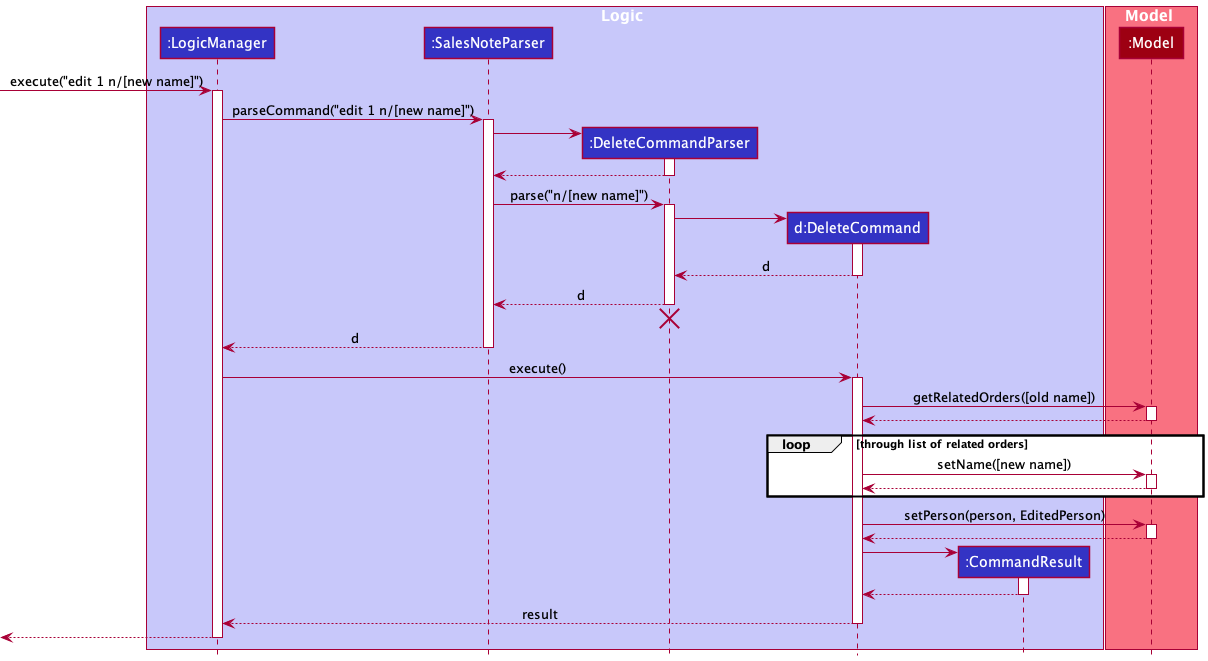
The PlantUML diagram docs/images/EditSequenceDiagram.png in nus-cs2103-AY2122S1/tp, before a commit.
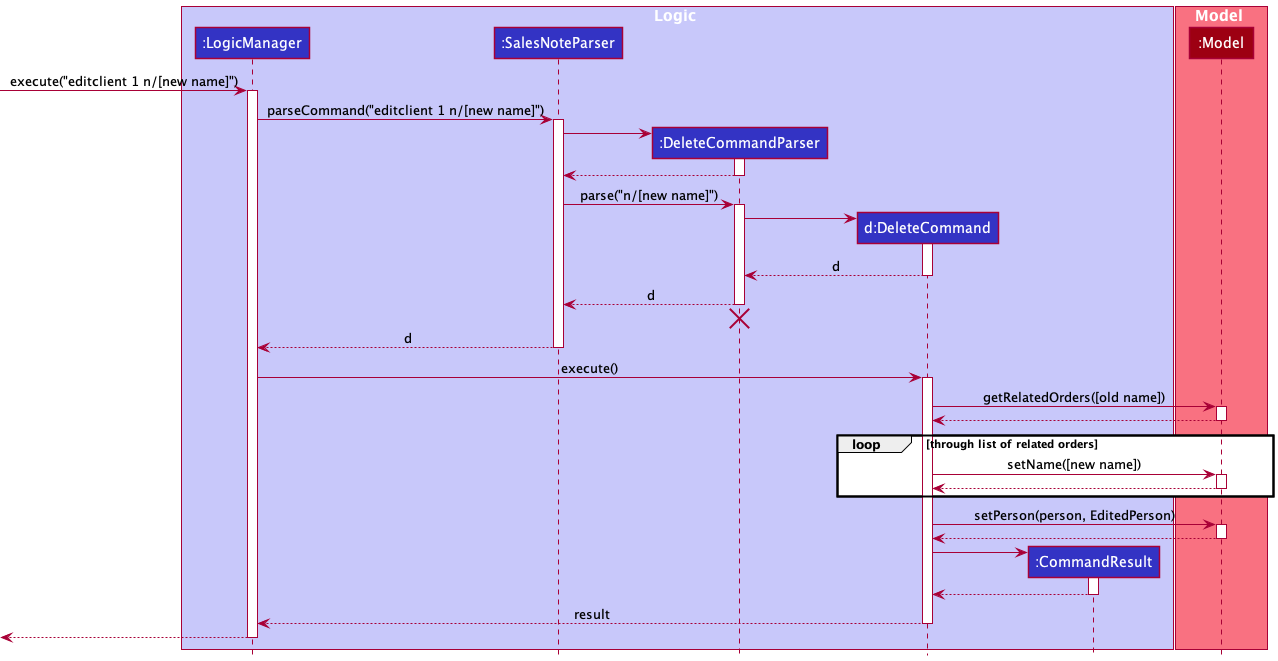
Above is the later version.

Diff of the diagram source:
```diff
@@ -13,10 +13,10 @@
 participant ":Model" as Model MODEL_COLOR
 end box
 
-[-> LogicManager : execute("edit 1 n/[new name]")
+[-> LogicManager : execute("editclient 1 n/[new name]")
 activate LogicManager
 
-LogicManager -> SalesNoteParser : parseCommand("edit 1 n/[new name]")
+LogicManager -> SalesNoteParser : parseCommand("editclient 1 n/[new name]")
 activate SalesNoteParser
 
 create DeleteCommandParser
```
